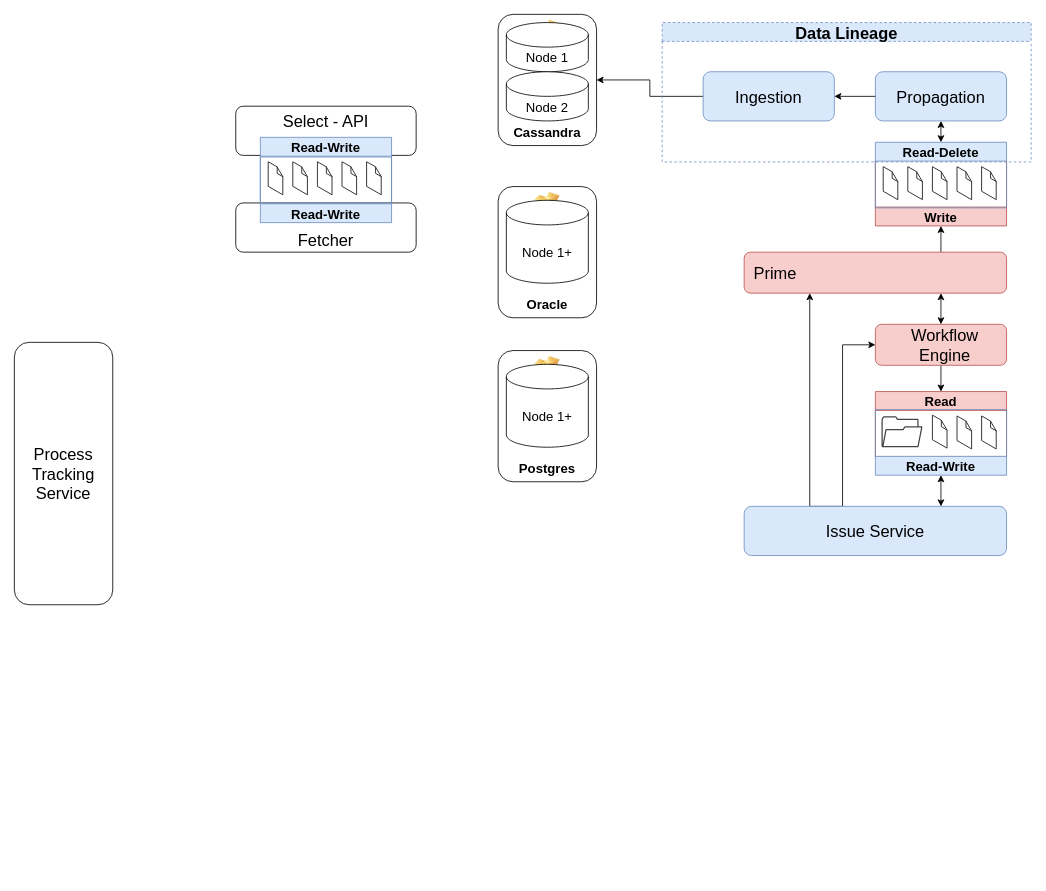
Earlier version of the draw.io diagram Untitled Diagram.drawio (neodarkstar/acx-admin). Source tidied: cells renumbered, new cells numbered last; positions are measured from the earlier drawing's top-left corner, leaving out a move shared by most shapes. Both pictures are drawn from the tidied source at 82%, with x=0, y=0 at pixel (14, 14).
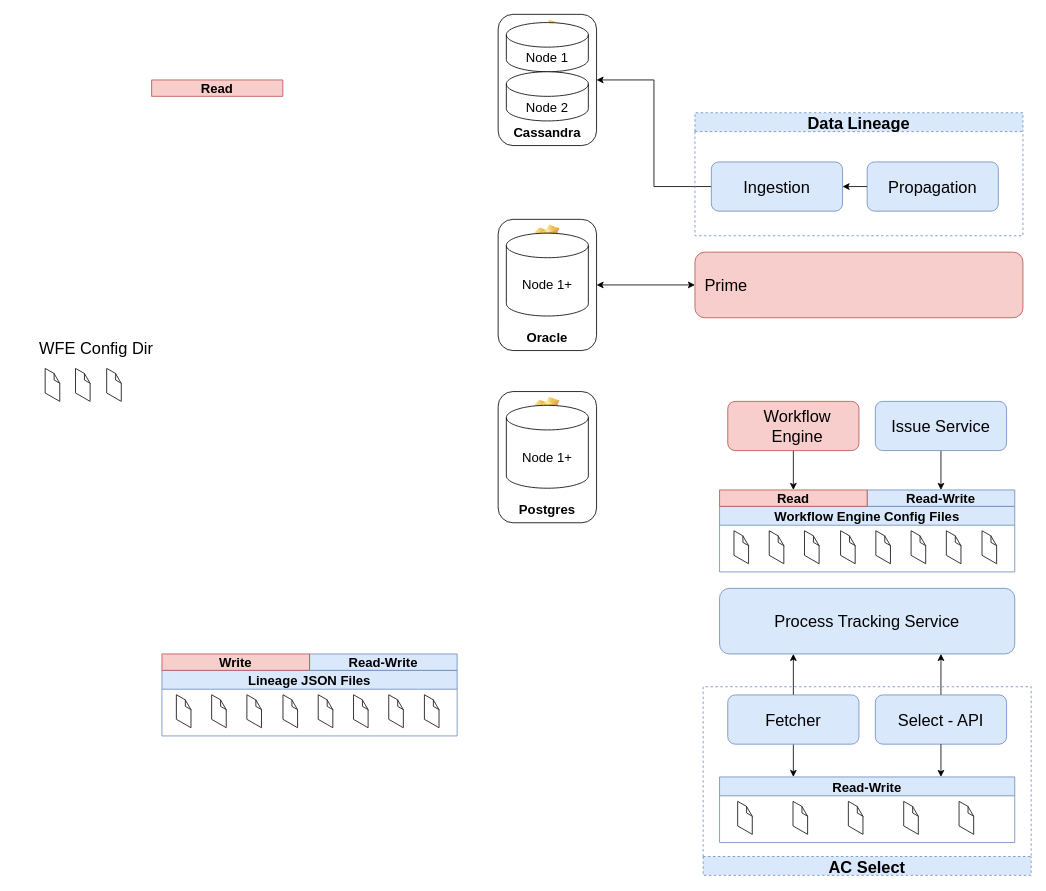
After the change.

The change refers to these unchanged cells:
```xml
<mxCell id="10" value="Oracle" style="label;whiteSpace=wrap;html=1;align=center;verticalAlign=bottom;spacingLeft=0;spacingBottom=4;imageAlign=center;imageVerticalAlign=top;image=img/clipart/Gear_128x128.png;fontSize=16;" parent="9" vertex="1">
  <mxGeometry width="120" height="160" as="geometry" />
</mxCell>
```

The edit, as a diff of the source:
```diff
@@
-    <mxCell id="2" style="edgeStyle=orthogonalEdgeStyle;rounded=0;jettySize=auto;html=1;exitX=0.75;exitY=0;exitDx=0;exitDy=0;entryX=0.5;entryY=1;entryDx=0;entryDy=0;fontSize=20;endArrow=classic;endFill=1;" parent="1" edge="1" source="3" target="24">
-      <mxGeometry relative="1" as="geometry" />
-    </mxCell>
+    <mxCell id="54" style="edgeStyle=orthogonalEdgeStyle;rounded=0;jettySize=auto;html=1;exitX=0;exitY=0.5;exitDx=0;exitDy=0;entryX=1;entryY=0.5;entryDx=0;entryDy=0;fontSize=20;startArrow=classic;startFill=1;endArrow=classic;endFill=1;" parent="1" edge="1" source="3" target="10">
+      <mxGeometry relative="1" as="geometry" />
+    </mxCell>
     <mxCell id="3" value="&lt;font style=&quot;font-size: 20px;&quot;&gt;Prime&lt;/font&gt;" style="rounded=1;whiteSpace=wrap;html=1;fontSize=16;align=left;spacingLeft=10;fillColor=#f8cecc;strokeColor=#b85450;" parent="1" vertex="1">
-      <mxGeometry x="890" y="290" width="320" height="50" as="geometry" />
+      <mxGeometry x="830" y="290" width="400" height="80" as="geometry" />
     </mxCell>
-    <mxCell id="4" style="edgeStyle=orthogonalEdgeStyle;rounded=0;jettySize=auto;html=1;exitX=0.5;exitY=1;exitDx=0;exitDy=0;entryX=0.5;entryY=0;entryDx=0;entryDy=0;fontSize=20;endArrow=classic;endFill=1;" parent="1" edge="1" source="5" target="16">
-      <mxGeometry relative="1" as="geometry" />
-    </mxCell>
+    <mxCell id="55" style="edgeStyle=orthogonalEdgeStyle;rounded=0;jettySize=auto;html=1;exitX=0.5;exitY=1;exitDx=0;exitDy=0;entryX=0.5;entryY=0;entryDx=0;entryDy=0;fontSize=20;startArrow=none;startFill=0;endArrow=classic;endFill=1;" parent="1" edge="1" source="5" target="78">
+      <mxGeometry relative="1" as="geometry" />
+    </mxCell>
     <mxCell id="5" value="&lt;font style=&quot;font-size: 20px;&quot;&gt;Workflow Engine&lt;/font&gt;" style="rounded=1;whiteSpace=wrap;html=1;fontSize=16;align=center;spacingLeft=10;fillColor=#f8cecc;strokeColor=#b85450;" parent="1" vertex="1">
-      <mxGeometry x="1050" y="378" width="160" height="50" as="geometry" />
+      <mxGeometry x="870" y="472" width="160" height="60" as="geometry" />
     </mxCell>
     <mxCell id="6" style="group;" parent="1" vertex="1">
-      <mxGeometry x="590" y="410" width="120" height="160" as="geometry" />
+      <mxGeometry x="590" y="460" width="120" height="160" as="geometry" />
     </mxCell>
@@
     <mxCell id="9" style="group;" parent="1" vertex="1">
-      <mxGeometry x="590" y="210" width="120" height="160" as="geometry" />
+      <mxGeometry x="590" y="250" width="120" height="160" as="geometry" />
     </mxCell>
@@
-    <mxCell id="12" style="edgeStyle=orthogonalEdgeStyle;rounded=0;jettySize=auto;html=1;exitX=0.25;exitY=0;exitDx=0;exitDy=0;entryX=0;entryY=0.5;entryDx=0;entryDy=0;fontSize=20;endArrow=classic;endFill=1;" parent="1" edge="1" source="14" target="5">
-      <mxGeometry relative="1" as="geometry">
-        <Array as="points">
-          <mxPoint x="1010" y="600" />
-          <mxPoint x="1010" y="403" />
-        </Array>
-      </mxGeometry>
-    </mxCell>
-    <mxCell id="13" style="edgeStyle=orthogonalEdgeStyle;rounded=0;jettySize=auto;html=1;exitX=0.25;exitY=0;exitDx=0;exitDy=0;entryX=0.25;entryY=1;entryDx=0;entryDy=0;fontSize=20;endArrow=classic;endFill=1;" parent="1" edge="1" source="14" target="3">
-      <mxGeometry relative="1" as="geometry" />
-    </mxCell>
+    <mxCell id="56" style="edgeStyle=orthogonalEdgeStyle;rounded=0;jettySize=auto;html=1;exitX=0.5;exitY=1;exitDx=0;exitDy=0;entryX=0.5;entryY=0;entryDx=0;entryDy=0;fontSize=20;startArrow=none;startFill=0;endArrow=classic;endFill=1;" parent="1" edge="1" source="14" target="77">
+      <mxGeometry relative="1" as="geometry" />
+    </mxCell>
     <mxCell id="14" value="&lt;span style=&quot;font-size: 20px;&quot;&gt;Issue Service&lt;/span&gt;" style="rounded=1;whiteSpace=wrap;html=1;fontSize=16;align=center;spacingLeft=0;fillColor=#dae8fc;strokeColor=#6c8ebf;" parent="1" vertex="1">
-      <mxGeometry x="890" y="600" width="320" height="60" as="geometry" />
+      <mxGeometry x="1050" y="472" width="160" height="60" as="geometry" />
     </mxCell>
-    <mxCell id="15" style="endArrow=classic;startArrow=classic;html=1;rounded=0;fontSize=20;entryX=0.75;entryY=1;entryDx=0;entryDy=0;exitX=0.5;exitY=0;exitDx=0;exitDy=0;" parent="1" edge="1" source="5" target="3">
-      <mxGeometry relative="1" as="geometry" />
-    </mxCell>
-    <mxCell id="16" value="Read" style="swimlane;fontSize=16;direction=east;startSize=23;fillColor=#f8cecc;strokeColor=#b85450;" parent="1" vertex="1">
-      <mxGeometry x="1050" y="460" width="160" height="80" as="geometry" />
-    </mxCell>
-    <mxCell id="17" style="sketch=0;shadow=0;dashed=0;html=1;strokeColor=none;fillColor=#434445;labelPosition=center;verticalLabelPosition=bottom;verticalAlign=top;align=center;shape=mxgraph.vvd.folder;fontSize=20;" parent="16" vertex="1">
-      <mxGeometry x="7.5" y="30" width="50" height="38" as="geometry" />
-    </mxCell>
-    <mxCell id="18" style="verticalLabelPosition=bottom;html=1;verticalAlign=top;strokeWidth=1;align=center;dashed=0;shape=mxgraph.aws3d.file;strokeColor=#292929;fontSize=20;" parent="16" vertex="1">
-      <mxGeometry x="70" y="29" width="17.4" height="40" as="geometry" />
-    </mxCell>
-    <mxCell id="19" style="verticalLabelPosition=bottom;html=1;verticalAlign=top;strokeWidth=1;align=center;dashed=0;shape=mxgraph.aws3d.file;strokeColor=#292929;fontSize=20;" parent="16" vertex="1">
-      <mxGeometry x="100" y="30" width="17.4" height="40" as="geometry" />
-    </mxCell>
-    <mxCell id="20" style="verticalLabelPosition=bottom;html=1;verticalAlign=top;strokeWidth=1;align=center;dashed=0;shape=mxgraph.aws3d.file;strokeColor=#292929;fontSize=20;" parent="16" vertex="1">
-      <mxGeometry x="130" y="30" width="17.4" height="40" as="geometry" />
-    </mxCell>
-    <mxCell id="21" style="endArrow=classic;startArrow=classic;html=1;rounded=0;fontSize=20;entryX=0.5;entryY=1;entryDx=0;entryDy=0;exitX=0.75;exitY=0;exitDx=0;exitDy=0;" parent="1" edge="1" source="14" target="22">
-      <mxGeometry relative="1" as="geometry" />
-    </mxCell>
-    <mxCell id="22" value="Read-Write" style="swimlane;fontSize=16;direction=east;startSize=23;fillColor=#dae8fc;strokeColor=#6c8ebf;verticalAlign=middle;horizontal=1;flipV=1;" parent="1" vertex="1">
-      <mxGeometry x="1050" y="482" width="160" height="80" as="geometry" />
-    </mxCell>
-    <mxCell id="23" style="group;" parent="1" vertex="1">
-      <mxGeometry x="1050" y="156" width="160" height="102" as="geometry" />
-    </mxCell>
-    <mxCell id="24" value="Write" style="swimlane;fontSize=16;direction=east;fillColor=#f8cecc;strokeColor=#b85450;flipV=1;" parent="23" vertex="1">
-      <mxGeometry y="22" width="160" height="80" as="geometry" />
-    </mxCell>
-    <mxCell id="25" style="group;" parent="23" vertex="1">
-      <mxGeometry width="160" height="80" as="geometry" />
-    </mxCell>
-    <mxCell id="26" value="Read-Delete" style="swimlane;fontSize=16;direction=east;fillColor=#dae8fc;strokeColor=#6c8ebf;" parent="25" vertex="1">
-      <mxGeometry width="160" height="80" as="geometry" />
-    </mxCell>
-    <mxCell id="27" style="verticalLabelPosition=bottom;html=1;verticalAlign=top;strokeWidth=1;align=center;dashed=0;shape=mxgraph.aws3d.file;strokeColor=#292929;fontSize=20;" parent="26" vertex="1">
-      <mxGeometry x="130" y="30" width="17.4" height="40" as="geometry" />
-    </mxCell>
-    <mxCell id="28" style="verticalLabelPosition=bottom;html=1;verticalAlign=top;strokeWidth=1;align=center;dashed=0;shape=mxgraph.aws3d.file;strokeColor=#292929;fontSize=20;" parent="25" vertex="1">
-      <mxGeometry x="10" y="30" width="17.4" height="40" as="geometry" />
-    </mxCell>
-    <mxCell id="29" style="verticalLabelPosition=bottom;html=1;verticalAlign=top;strokeWidth=1;align=center;dashed=0;shape=mxgraph.aws3d.file;strokeColor=#292929;fontSize=20;" parent="25" vertex="1">
-      <mxGeometry x="40" y="30" width="17.4" height="40" as="geometry" />
-    </mxCell>
-    <mxCell id="30" style="verticalLabelPosition=bottom;html=1;verticalAlign=top;strokeWidth=1;align=center;dashed=0;shape=mxgraph.aws3d.file;strokeColor=#292929;fontSize=20;" parent="25" vertex="1">
-      <mxGeometry x="70" y="30" width="17.4" height="40" as="geometry" />
-    </mxCell>
-    <mxCell id="31" style="verticalLabelPosition=bottom;html=1;verticalAlign=top;strokeWidth=1;align=center;dashed=0;shape=mxgraph.aws3d.file;strokeColor=#292929;fontSize=20;" parent="25" vertex="1">
-      <mxGeometry x="100" y="30" width="17.4" height="40" as="geometry" />
-    </mxCell>
@@
-    <mxCell id="33" style="endArrow=classic;startArrow=classic;html=1;rounded=0;fontSize=20;entryX=0.5;entryY=1;entryDx=0;entryDy=0;exitX=0.5;exitY=0;exitDx=0;exitDy=0;" parent="1" edge="1" source="26" target="41">
-      <mxGeometry relative="1" as="geometry" />
-    </mxCell>
@@
-    <mxCell id="38" value="Process Tracking Service" style="rounded=1;whiteSpace=wrap;html=1;fontSize=20;gradientDirection=west;" parent="1" vertex="1">
-      <mxGeometry y="400" width="120" height="320" as="geometry" />
+    <mxCell id="38" value="Process Tracking Service" style="rounded=1;whiteSpace=wrap;html=1;fontSize=20;gradientDirection=west;fillColor=#dae8fc;strokeColor=#6c8ebf;" parent="1" vertex="1">
+      <mxGeometry x="860" y="700" width="360" height="80" as="geometry" />
     </mxCell>
     <mxCell id="39" value="Data Lineage" style="swimlane;fontSize=20;gradientDirection=west;fillColor=#dae8fc;strokeColor=#6c8ebf;dashed=1;" parent="1" vertex="1">
-      <mxGeometry x="790" y="10" width="450" height="170" as="geometry" />
+      <mxGeometry x="830" y="120" width="400" height="150" as="geometry" />
     </mxCell>
     <mxCell id="40" value="&lt;span style=&quot;font-size: 20px;&quot;&gt;Ingestion&lt;/span&gt;" style="rounded=1;whiteSpace=wrap;html=1;fontSize=16;align=center;spacingLeft=0;fillColor=#dae8fc;strokeColor=#6c8ebf;" parent="39" vertex="1">
-      <mxGeometry x="50" y="60" width="160" height="60" as="geometry" />
+      <mxGeometry x="20" y="60" width="160" height="60" as="geometry" />
     </mxCell>
     <mxCell id="41" value="&lt;span style=&quot;font-size: 20px;&quot;&gt;Propagation&lt;/span&gt;" style="rounded=1;whiteSpace=wrap;html=1;fontSize=16;align=center;spacingLeft=0;fillColor=#dae8fc;strokeColor=#6c8ebf;" parent="39" vertex="1">
-      <mxGeometry x="260" y="60" width="160" height="60" as="geometry" />
+      <mxGeometry x="210" y="60" width="160" height="60" as="geometry" />
     </mxCell>
@@
+    <mxCell id="57" style="edgeStyle=orthogonalEdgeStyle;rounded=0;jettySize=auto;html=1;exitX=0.5;exitY=0;exitDx=0;exitDy=0;entryX=0.75;entryY=1;entryDx=0;entryDy=0;fontSize=20;startArrow=none;startFill=0;endArrow=classic;endFill=1;" parent="1" edge="1" source="43" target="38">
+      <mxGeometry relative="1" as="geometry" />
+    </mxCell>
+    <mxCell id="58" style="edgeStyle=orthogonalEdgeStyle;rounded=0;jettySize=auto;html=1;exitX=0.5;exitY=0;exitDx=0;exitDy=0;entryX=0.25;entryY=1;entryDx=0;entryDy=0;fontSize=20;startArrow=none;startFill=0;endArrow=classic;endFill=1;" parent="1" edge="1" source="44" target="38">
+      <mxGeometry relative="1" as="geometry" />
+    </mxCell>
-    <mxCell id="43" value="Select - API" style="rounded=1;whiteSpace=wrap;html=1;fontSize=20;gradientDirection=west;verticalAlign=top;" parent="1" vertex="1">
-      <mxGeometry x="270" y="112" width="220" height="60" as="geometry" />
+    <mxCell id="43" value="Select - API" style="rounded=1;whiteSpace=wrap;html=1;fontSize=20;gradientDirection=west;verticalAlign=middle;fillColor=#dae8fc;strokeColor=#6c8ebf;" parent="1" vertex="1">
+      <mxGeometry x="1050" y="830" width="160" height="60" as="geometry" />
     </mxCell>
-    <mxCell id="44" value="Fetcher" style="rounded=1;whiteSpace=wrap;html=1;fontSize=20;gradientDirection=west;verticalAlign=bottom;" parent="1" vertex="1">
-      <mxGeometry x="270" y="230" width="220" height="60" as="geometry" />
-    </mxCell>
     <mxCell id="45" style="group;" parent="1" vertex="1">
-      <mxGeometry x="300" y="150" width="160" height="104" as="geometry" />
+      <mxGeometry x="860" y="930" width="360" height="104" as="geometry" />
     </mxCell>
     <mxCell id="46" style="group;" parent="45" vertex="1">
-      <mxGeometry width="160" height="80" as="geometry" />
+      <mxGeometry width="360" height="80" as="geometry" />
     </mxCell>
     <mxCell id="47" value="Read-Write" style="swimlane;fontSize=16;direction=east;fillColor=#dae8fc;strokeColor=#6c8ebf;" parent="46" vertex="1">
-      <mxGeometry width="160" height="80" as="geometry" />
+      <mxGeometry width="360" height="80" as="geometry" />
     </mxCell>
     <mxCell id="48" style="verticalLabelPosition=bottom;html=1;verticalAlign=top;strokeWidth=1;align=center;dashed=0;shape=mxgraph.aws3d.file;strokeColor=#292929;fontSize=20;" parent="47" vertex="1">
-      <mxGeometry x="130" y="30" width="17.4" height="40" as="geometry" />
+      <mxGeometry x="292.5" y="30" width="17.4" height="40" as="geometry" />
     </mxCell>
     <mxCell id="49" style="verticalLabelPosition=bottom;html=1;verticalAlign=top;strokeWidth=1;align=center;dashed=0;shape=mxgraph.aws3d.file;strokeColor=#292929;fontSize=20;" parent="46" vertex="1">
-      <mxGeometry x="10" y="30" width="17.4" height="40" as="geometry" />
+      <mxGeometry x="22.5" y="30" width="17.4" height="40" as="geometry" />
     </mxCell>
     <mxCell id="50" style="verticalLabelPosition=bottom;html=1;verticalAlign=top;strokeWidth=1;align=center;dashed=0;shape=mxgraph.aws3d.file;strokeColor=#292929;fontSize=20;" parent="46" vertex="1">
-      <mxGeometry x="40" y="30" width="17.4" height="40" as="geometry" />
+      <mxGeometry x="90" y="30" width="17.4" height="40" as="geometry" />
     </mxCell>
     <mxCell id="51" style="verticalLabelPosition=bottom;html=1;verticalAlign=top;strokeWidth=1;align=center;dashed=0;shape=mxgraph.aws3d.file;strokeColor=#292929;fontSize=20;" parent="46" vertex="1">
-      <mxGeometry x="70" y="30" width="17.4" height="40" as="geometry" />
+      <mxGeometry x="157.5" y="30" width="17.4" height="40" as="geometry" />
     </mxCell>
     <mxCell id="52" style="verticalLabelPosition=bottom;html=1;verticalAlign=top;strokeWidth=1;align=center;dashed=0;shape=mxgraph.aws3d.file;strokeColor=#292929;fontSize=20;" parent="46" vertex="1">
-      <mxGeometry x="100" y="30" width="17.4" height="40" as="geometry" />
+      <mxGeometry x="225" y="30" width="17.4" height="40" as="geometry" />
     </mxCell>
-    <mxCell id="53" value="Read-Write" style="swimlane;fontSize=16;direction=east;startSize=23;fillColor=#dae8fc;strokeColor=#6c8ebf;verticalAlign=middle;horizontal=1;flipV=1;" parent="45" vertex="1">
-      <mxGeometry y="24" width="160" height="80" as="geometry" />
-    </mxCell>
+    <mxCell id="59" style="edgeStyle=orthogonalEdgeStyle;rounded=0;jettySize=auto;html=1;exitX=0.5;exitY=1;exitDx=0;exitDy=0;entryX=0.75;entryY=0;entryDx=0;entryDy=0;fontSize=20;startArrow=none;startFill=0;endArrow=classic;endFill=1;" parent="1" edge="1" source="43" target="47">
+      <mxGeometry relative="1" as="geometry" />
+    </mxCell>
+    <mxCell id="60" value="AC Select" style="swimlane;fontSize=20;gradientDirection=west;fillColor=#dae8fc;strokeColor=#6c8ebf;dashed=1;flipV=1;" parent="1" vertex="1">
+      <mxGeometry x="840" y="820" width="400" height="230" as="geometry" />
+    </mxCell>
+    <mxCell id="61" style="edgeStyle=orthogonalEdgeStyle;rounded=0;jettySize=auto;html=1;exitX=0.5;exitY=1;exitDx=0;exitDy=0;entryX=0.25;entryY=0;entryDx=0;entryDy=0;fontSize=20;startArrow=none;startFill=0;endArrow=classic;endFill=1;" parent="1" edge="1" source="44" target="47">
+      <mxGeometry relative="1" as="geometry" />
+    </mxCell>
+    <mxCell id="44" value="Fetcher" style="rounded=1;whiteSpace=wrap;html=1;fontSize=20;gradientDirection=west;verticalAlign=middle;fillColor=#dae8fc;strokeColor=#6c8ebf;" parent="1" vertex="1">
+      <mxGeometry x="870" y="830" width="160" height="60" as="geometry" />
+    </mxCell>
+    <mxCell id="62" value="Read" style="swimlane;fontSize=16;direction=east;startSize=23;fillColor=#f8cecc;strokeColor=#b85450;" parent="1" vertex="1">
+      <mxGeometry x="167.4" y="80" width="160" height="20" as="geometry" />
+    </mxCell>
+    <mxCell id="63" value="WFE Config Dir" style="text;html=1;strokeColor=none;fillColor=none;align=center;verticalAlign=middle;whiteSpace=wrap;rounded=0;fontSize=20;" parent="1" vertex="1">
+      <mxGeometry x="20" y="392" width="160" height="30" as="geometry" />
+    </mxCell>
+    <mxCell id="64" style="verticalLabelPosition=bottom;html=1;verticalAlign=top;strokeWidth=1;align=center;dashed=0;shape=mxgraph.aws3d.file;strokeColor=#292929;fontSize=20;" parent="1" vertex="1">
+      <mxGeometry x="38" y="432" width="17.4" height="40" as="geometry" />
+    </mxCell>
+    <mxCell id="65" style="verticalLabelPosition=bottom;html=1;verticalAlign=top;strokeWidth=1;align=center;dashed=0;shape=mxgraph.aws3d.file;strokeColor=#292929;fontSize=20;" parent="1" vertex="1">
+      <mxGeometry x="75" y="432" width="17.4" height="40" as="geometry" />
+    </mxCell>
+    <mxCell id="66" style="verticalLabelPosition=bottom;html=1;verticalAlign=top;strokeWidth=1;align=center;dashed=0;shape=mxgraph.aws3d.file;strokeColor=#292929;fontSize=20;" parent="1" vertex="1">
+      <mxGeometry x="113" y="432" width="17.4" height="40" as="geometry" />
+    </mxCell>
+    <mxCell id="67" value="Workflow Engine Config Files" style="swimlane;fontSize=16;direction=east;fillColor=#dae8fc;strokeColor=#6c8ebf;" parent="1" vertex="1">
+      <mxGeometry x="860" y="600" width="360" height="80" as="geometry" />
+    </mxCell>
+    <mxCell id="68" style="group;" parent="67" vertex="1">
+      <mxGeometry x="18" y="30" width="320" height="40" as="geometry" />
+    </mxCell>
+    <mxCell id="69" style="verticalLabelPosition=bottom;html=1;verticalAlign=top;strokeWidth=1;align=center;dashed=0;shape=mxgraph.aws3d.file;strokeColor=#292929;fontSize=20;" parent="68" vertex="1">
+      <mxGeometry width="17.4" height="40" as="geometry" />
+    </mxCell>
+    <mxCell id="70" style="verticalLabelPosition=bottom;html=1;verticalAlign=top;strokeWidth=1;align=center;dashed=0;shape=mxgraph.aws3d.file;strokeColor=#292929;fontSize=20;" parent="68" vertex="1">
+      <mxGeometry x="173" width="17.4" height="40" as="geometry" />
+    </mxCell>
+    <mxCell id="71" style="verticalLabelPosition=bottom;html=1;verticalAlign=top;strokeWidth=1;align=center;dashed=0;shape=mxgraph.aws3d.file;strokeColor=#292929;fontSize=20;" parent="68" vertex="1">
+      <mxGeometry x="216" width="17.4" height="40" as="geometry" />
+    </mxCell>
+    <mxCell id="72" style="verticalLabelPosition=bottom;html=1;verticalAlign=top;strokeWidth=1;align=center;dashed=0;shape=mxgraph.aws3d.file;strokeColor=#292929;fontSize=20;" parent="68" vertex="1">
+      <mxGeometry x="259" width="17.4" height="40" as="geometry" />
+    </mxCell>
+    <mxCell id="73" style="verticalLabelPosition=bottom;html=1;verticalAlign=top;strokeWidth=1;align=center;dashed=0;shape=mxgraph.aws3d.file;strokeColor=#292929;fontSize=20;" parent="68" vertex="1">
+      <mxGeometry x="302.5" width="17.4" height="40" as="geometry" />
+    </mxCell>
+    <mxCell id="74" style="verticalLabelPosition=bottom;html=1;verticalAlign=top;strokeWidth=1;align=center;dashed=0;shape=mxgraph.aws3d.file;strokeColor=#292929;fontSize=20;" parent="68" vertex="1">
+      <mxGeometry x="43" width="17.4" height="40" as="geometry" />
+    </mxCell>
+    <mxCell id="75" style="verticalLabelPosition=bottom;html=1;verticalAlign=top;strokeWidth=1;align=center;dashed=0;shape=mxgraph.aws3d.file;strokeColor=#292929;fontSize=20;" parent="68" vertex="1">
+      <mxGeometry x="86" width="17.4" height="40" as="geometry" />
+    </mxCell>
+    <mxCell id="76" style="verticalLabelPosition=bottom;html=1;verticalAlign=top;strokeWidth=1;align=center;dashed=0;shape=mxgraph.aws3d.file;strokeColor=#292929;fontSize=20;" parent="68" vertex="1">
+      <mxGeometry x="130" width="17.4" height="40" as="geometry" />
+    </mxCell>
+    <mxCell id="77" value="Read-Write" style="swimlane;fontSize=16;direction=east;startSize=23;fillColor=#dae8fc;strokeColor=#6c8ebf;verticalAlign=middle;horizontal=1;flipV=1;" parent="1" vertex="1">
+      <mxGeometry x="1040" y="580" width="180" height="20" as="geometry" />
+    </mxCell>
+    <mxCell id="78" value="Read" style="swimlane;fontSize=16;direction=east;startSize=23;fillColor=#f8cecc;strokeColor=#b85450;" parent="1" vertex="1">
+      <mxGeometry x="860" y="580" width="180" height="20" as="geometry" />
+    </mxCell>
+    <mxCell id="79" value="Lineage JSON Files" style="swimlane;fontSize=16;direction=east;fillColor=#dae8fc;strokeColor=#6c8ebf;" parent="1" vertex="1">
+      <mxGeometry x="180" y="800" width="360" height="80" as="geometry" />
+    </mxCell>
+    <mxCell id="80" style="group;" parent="79" vertex="1">
+      <mxGeometry x="18" y="30" width="320" height="40" as="geometry" />
+    </mxCell>
+    <mxCell id="81" style="verticalLabelPosition=bottom;html=1;verticalAlign=top;strokeWidth=1;align=center;dashed=0;shape=mxgraph.aws3d.file;strokeColor=#292929;fontSize=20;" parent="80" vertex="1">
+      <mxGeometry width="17.4" height="40" as="geometry" />
+    </mxCell>
+    <mxCell id="82" style="verticalLabelPosition=bottom;html=1;verticalAlign=top;strokeWidth=1;align=center;dashed=0;shape=mxgraph.aws3d.file;strokeColor=#292929;fontSize=20;" parent="80" vertex="1">
+      <mxGeometry x="173" width="17.4" height="40" as="geometry" />
+    </mxCell>
+    <mxCell id="83" style="verticalLabelPosition=bottom;html=1;verticalAlign=top;strokeWidth=1;align=center;dashed=0;shape=mxgraph.aws3d.file;strokeColor=#292929;fontSize=20;" parent="80" vertex="1">
+      <mxGeometry x="216" width="17.4" height="40" as="geometry" />
+    </mxCell>
+    <mxCell id="84" style="verticalLabelPosition=bottom;html=1;verticalAlign=top;strokeWidth=1;align=center;dashed=0;shape=mxgraph.aws3d.file;strokeColor=#292929;fontSize=20;" parent="80" vertex="1">
+      <mxGeometry x="259" width="17.4" height="40" as="geometry" />
+    </mxCell>
+    <mxCell id="85" style="verticalLabelPosition=bottom;html=1;verticalAlign=top;strokeWidth=1;align=center;dashed=0;shape=mxgraph.aws3d.file;strokeColor=#292929;fontSize=20;" parent="80" vertex="1">
+      <mxGeometry x="302.5" width="17.4" height="40" as="geometry" />
+    </mxCell>
+    <mxCell id="86" style="verticalLabelPosition=bottom;html=1;verticalAlign=top;strokeWidth=1;align=center;dashed=0;shape=mxgraph.aws3d.file;strokeColor=#292929;fontSize=20;" parent="80" vertex="1">
+      <mxGeometry x="43" width="17.4" height="40" as="geometry" />
+    </mxCell>
+    <mxCell id="87" style="verticalLabelPosition=bottom;html=1;verticalAlign=top;strokeWidth=1;align=center;dashed=0;shape=mxgraph.aws3d.file;strokeColor=#292929;fontSize=20;" parent="80" vertex="1">
+      <mxGeometry x="86" width="17.4" height="40" as="geometry" />
+    </mxCell>
+    <mxCell id="88" style="verticalLabelPosition=bottom;html=1;verticalAlign=top;strokeWidth=1;align=center;dashed=0;shape=mxgraph.aws3d.file;strokeColor=#292929;fontSize=20;" parent="80" vertex="1">
+      <mxGeometry x="130" width="17.4" height="40" as="geometry" />
+    </mxCell>
+    <mxCell id="89" value="Read-Write" style="swimlane;fontSize=16;direction=east;startSize=23;fillColor=#dae8fc;strokeColor=#6c8ebf;verticalAlign=middle;horizontal=1;flipV=1;" parent="1" vertex="1">
+      <mxGeometry x="360" y="780" width="180" height="20" as="geometry" />
+    </mxCell>
+    <mxCell id="24" value="Write" style="swimlane;fontSize=16;direction=east;startSize=23;fillColor=#f8cecc;strokeColor=#b85450;" parent="1" vertex="1">
+      <mxGeometry x="180" y="780" width="180" height="20" as="geometry" />
+    </mxCell>
```
